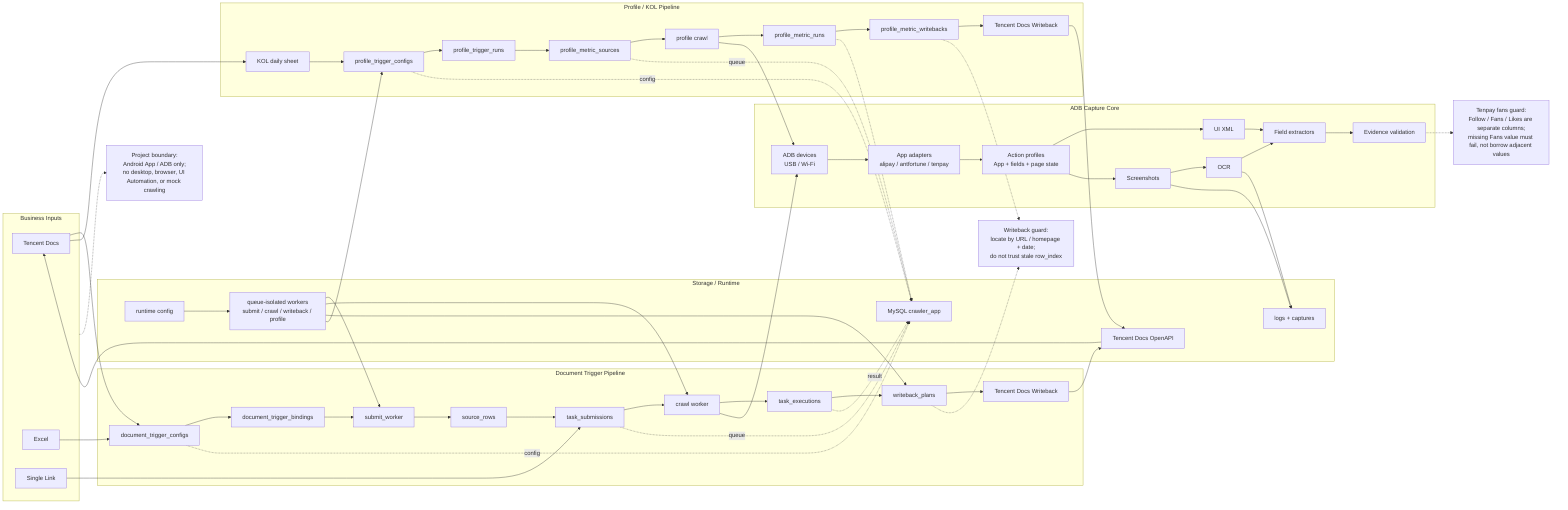
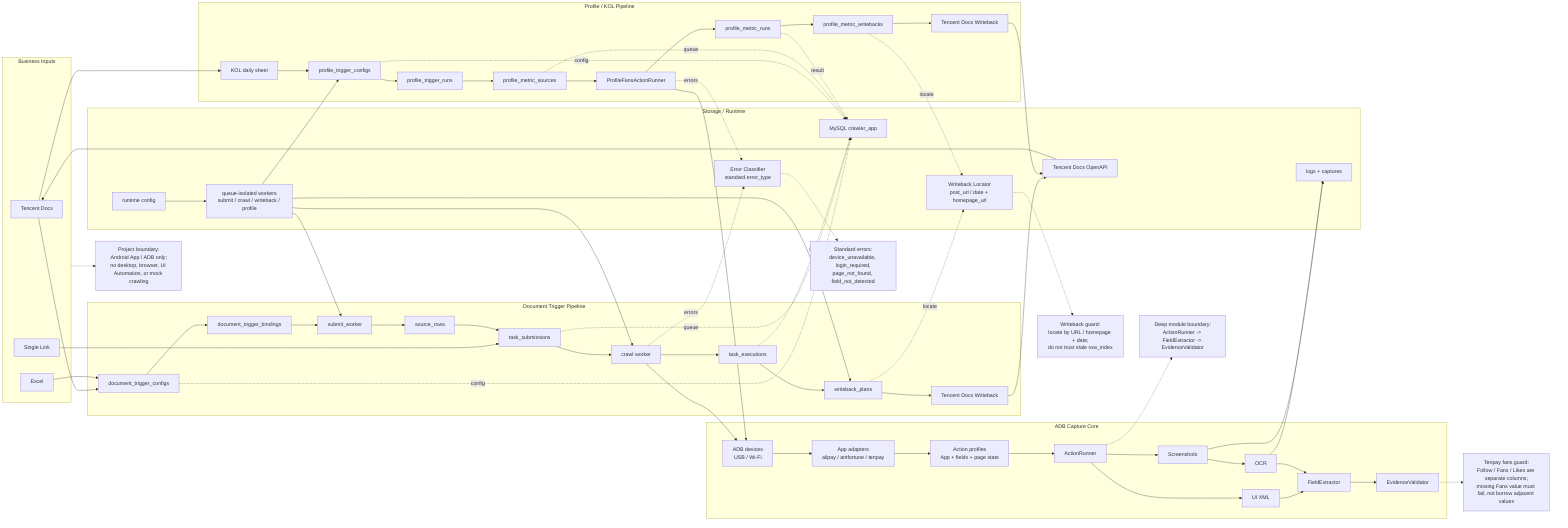
flowchart LR
    %% Latest architecture source for docs/assets/adb-crawler-architecture.png.
    %% The PNG is generated by an image model; this Mermaid source keeps the structure maintainable.

    subgraph ENTRY["Business Inputs"]
        A1["Tencent Docs"]
        A2["Excel"]
        A3["Single Link"]
    end

    subgraph DOCUMENT["Document Trigger Pipeline"]
        D1["document_trigger_configs"]
        D2["document_trigger_bindings"]
        D3["submit_worker"]
        D4["source_rows"]
        D5["task_submissions"]
        D6["crawl worker"]
        D7["task_executions"]
        D8["writeback_plans"]
        D9["Tencent Docs Writeback"]
    end

    subgraph PROFILE["Profile / KOL Pipeline"]
        P1["KOL daily sheet"]
        P2["profile_trigger_configs"]
        P3["profile_trigger_runs"]
        P4["profile_metric_sources"]
-         P5["profile crawl"]
+         P5["ProfileFansActionRunner"]
        P6["profile_metric_runs"]
        P7["profile_metric_writebacks"]
        P8["Tencent Docs Writeback"]
    end

    subgraph CAPTURE["ADB Capture Core"]
        C1["ADB devices<br/>USB / Wi-Fi"]
        C2["App adapters<br/>alipay / antfortune / tenpay"]
        C3["Action profiles<br/>App + fields + page state"]
-         C4["UI XML"]
-         C5["Screenshots"]
-         C6["OCR"]
-         C7["Field extractors"]
-         C8["Evidence validation"]
+         C4["ActionRunner"]
+         C5["UI XML"]
+         C6["Screenshots"]
+         C7["OCR"]
+         C8["FieldExtractor"]
+         C9["EvidenceValidator"]
    end

    subgraph STORAGE["Storage / Runtime"]
        S1["MySQL crawler_app"]
        S2["runtime config"]
        S3["Tencent Docs OpenAPI"]
        S4["queue-isolated workers<br/>submit / crawl / writeback / profile"]
        S5["logs + captures"]
+         S6["Error Classifier<br/>standard error_type"]
+         S7["Writeback Locator<br/>post_url / date + homepage_url"]
    end

    A1 --> D1
    A2 --> D1
    A3 --> D5
    D1 --> D2 --> D3 --> D4 --> D5 --> D6 --> D7 --> D8 --> D9

    A1 --> P1 --> P2 --> P3 --> P4 --> P5 --> P6 --> P7 --> P8

    D6 --> C1
    P5 --> C1
-     C1 --> C2 --> C3 --> C4 --> C7 --> C8
-     C3 --> C5 --> C6 --> C7
+     C1 --> C2 --> C3 --> C4 --> C5 --> C8 --> C9
+     C4 --> C6 --> C7 --> C8

    D1 -. config .-> S1
    P2 -. config .-> S1
    D5 -. queue .-> S1
    D7 -. result .-> S1
    P4 -. queue .-> S1
    P6 -. result .-> S1
    S2 --> S4
    S4 --> D3
    S4 --> D6
    S4 --> D8
    S4 --> P2
    S3 --> A1
    D9 --> S3
    P8 --> S3
-     C5 --> S5
    C6 --> S5
+     C7 --> S5
+     D6 -. errors .-> S6
+     P5 -. errors .-> S6
+     D8 -. locate .-> S7
+     P7 -. locate .-> S7

    K1["Writeback guard:<br/>locate by URL / homepage + date;<br/>do not trust stale row_index"]
    K2["Tenpay fans guard:<br/>Follow / Fans / Likes are separate columns;<br/>missing Fans value must fail, not borrow adjacent values"]
    K3["Project boundary:<br/>Android App / ADB only;<br/>no desktop, browser, UI Automation, or mock crawling"]
+     K4["Deep module boundary:<br/>ActionRunner -> FieldExtractor -> EvidenceValidator"]
+     K5["Standard errors:<br/>device_unavailable, login_required,<br/>page_not_found, field_not_detected"]

-     D8 -.-> K1
-     P7 -.-> K1
-     C8 -.-> K2
+     S7 -.-> K1
+     C9 -.-> K2
    ENTRY -.-> K3
+     C4 -.-> K4
+     S6 -.-> K5
